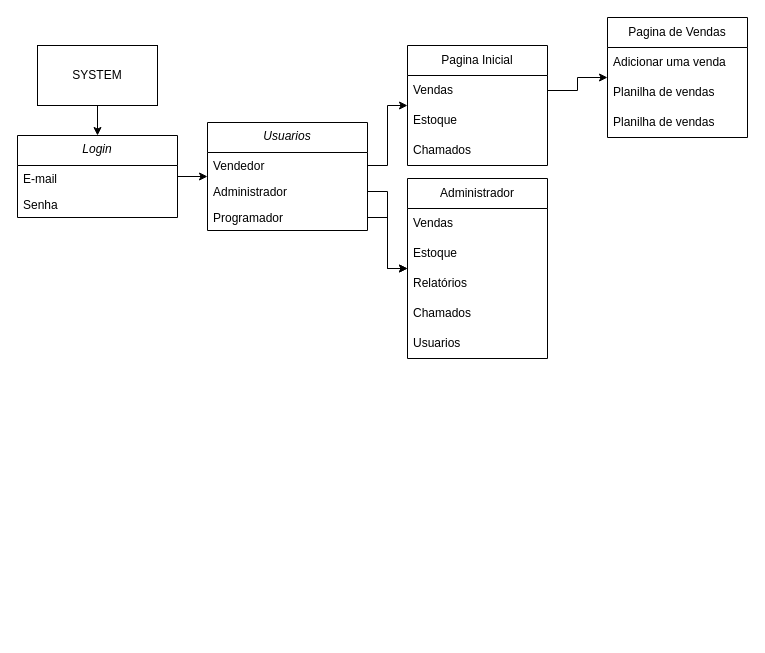
This is Diagrama sem nome.drawio from PedroFanan/Sales_Inventory_Management, a draw.io file, before an edit. Source tidied: cells renumbered, new cells numbered last; positions are measured from the earlier drawing's top-left corner, leaving out a move shared by most shapes. Both pictures are drawn from the tidied source at 100%, with x=0, y=0 at pixel (17, 17).
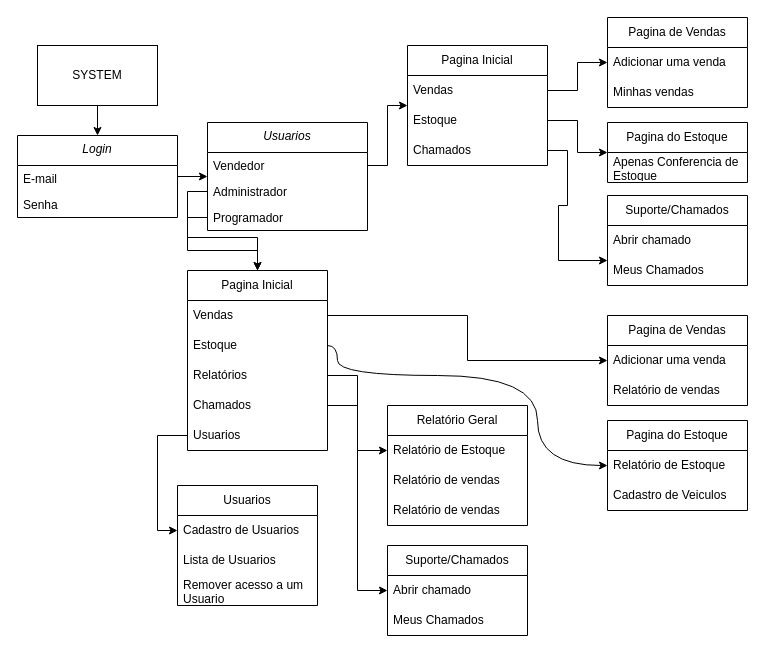
The same page after the edit.

Commit message:
Sistema de Vendas

Unchanged cells that the change refers to:
```xml
<mxCell id="14" value="Estoque" style="text;strokeColor=none;fillColor=none;align=left;verticalAlign=middle;spacingLeft=4;spacingRight=4;overflow=hidden;points=[[0,0.5],[1,0.5]];portConstraint=eastwest;whiteSpace=wrap;html=1;" parent="12" vertex="1">
  <mxGeometry y="60" width="140" height="30" as="geometry" />
</mxCell>
<mxCell id="15" value="Chamados" style="text;strokeColor=none;fillColor=none;align=left;verticalAlign=middle;spacingLeft=4;spacingRight=4;overflow=hidden;points=[[0,0.5],[1,0.5]];portConstraint=eastwest;whiteSpace=wrap;html=1;" parent="12" vertex="1">
  <mxGeometry y="90" width="140" height="30" as="geometry" />
</mxCell>
<mxCell id="18" value="Vendas" style="text;strokeColor=none;fillColor=none;align=left;verticalAlign=middle;spacingLeft=4;spacingRight=4;overflow=hidden;points=[[0,0.5],[1,0.5]];portConstraint=eastwest;whiteSpace=wrap;html=1;" parent="17" vertex="1">
  <mxGeometry y="30" width="140" height="30" as="geometry" />
</mxCell>
<mxCell id="19" value="Estoque" style="text;strokeColor=none;fillColor=none;align=left;verticalAlign=middle;spacingLeft=4;spacingRight=4;overflow=hidden;points=[[0,0.5],[1,0.5]];portConstraint=eastwest;whiteSpace=wrap;html=1;" parent="17" vertex="1">
  <mxGeometry y="60" width="140" height="30" as="geometry" />
</mxCell>
<mxCell id="20" value="Relatórios" style="text;strokeColor=none;fillColor=none;align=left;verticalAlign=middle;spacingLeft=4;spacingRight=4;overflow=hidden;points=[[0,0.5],[1,0.5]];portConstraint=eastwest;whiteSpace=wrap;html=1;" parent="17" vertex="1">
  <mxGeometry y="90" width="140" height="30" as="geometry" />
</mxCell>
<mxCell id="21" value="Chamados" style="text;strokeColor=none;fillColor=none;align=left;verticalAlign=middle;spacingLeft=4;spacingRight=4;overflow=hidden;points=[[0,0.5],[1,0.5]];portConstraint=eastwest;whiteSpace=wrap;html=1;" parent="17" vertex="1">
  <mxGeometry y="120" width="140" height="30" as="geometry" />
</mxCell>
<mxCell id="22" value="Usuarios" style="text;strokeColor=none;fillColor=none;align=left;verticalAlign=middle;spacingLeft=4;spacingRight=4;overflow=hidden;points=[[0,0.5],[1,0.5]];portConstraint=eastwest;whiteSpace=wrap;html=1;" parent="17" vertex="1">
  <mxGeometry y="150" width="140" height="30" as="geometry" />
</mxCell>
```

Change to the diagram source:
```diff
@@
-    <mxCell id="17" value="Administrador" style="swimlane;fontStyle=0;horizontal=1;startSize=30;whiteSpace=wrap;html=1;" parent="1" vertex="1">
-      <mxGeometry x="390" y="161" width="140" height="180" as="geometry" />
+    <mxCell id="17" value="Pagina Inicial" style="swimlane;fontStyle=0;horizontal=1;startSize=30;whiteSpace=wrap;html=1;" parent="1" vertex="1">
+      <mxGeometry x="170" y="253" width="140" height="180" as="geometry" />
     </mxCell>
@@
     <mxCell id="25" value="Pagina de Vendas" style="swimlane;fontStyle=0;horizontal=1;startSize=30;whiteSpace=wrap;html=1;" parent="1" vertex="1">
-      <mxGeometry x="590" width="140" height="120" as="geometry" />
+      <mxGeometry x="590" width="140" height="90" as="geometry" />
     </mxCell>
@@
-    <mxCell id="27" value="Planilha de vendas" style="text;strokeColor=none;fillColor=none;align=left;verticalAlign=middle;spacingLeft=4;spacingRight=4;overflow=hidden;whiteSpace=wrap;html=1;" parent="25" vertex="1">
+    <mxCell id="27" value="Minhas vendas" style="text;strokeColor=none;fillColor=none;align=left;verticalAlign=middle;spacingLeft=4;spacingRight=4;overflow=hidden;whiteSpace=wrap;html=1;" parent="25" vertex="1">
       <mxGeometry y="60" width="140" height="30" as="geometry" />
     </mxCell>
-    <mxCell id="28" value="Planilha de vendas" style="text;strokeColor=none;fillColor=none;align=left;verticalAlign=middle;spacingLeft=4;spacingRight=4;overflow=hidden;whiteSpace=wrap;html=1;" parent="25" vertex="1">
-      <mxGeometry y="90" width="140" height="30" as="geometry" />
-    </mxCell>
@@
+    <mxCell id="30" value="Pagina do Estoque" style="swimlane;fontStyle=0;horizontal=1;startSize=30;whiteSpace=wrap;html=1;" parent="1" vertex="1">
+      <mxGeometry x="590" y="105" width="140" height="60" as="geometry" />
+    </mxCell>
+    <mxCell id="31" value="Apenas Conferencia de Estoque" style="text;strokeColor=none;fillColor=none;align=left;verticalAlign=middle;spacingLeft=4;spacingRight=4;overflow=hidden;whiteSpace=wrap;html=1;" parent="30" vertex="1">
+      <mxGeometry y="30" width="140" height="30" as="geometry" />
+    </mxCell>
+    <mxCell id="32" style="edgeStyle=orthogonalEdgeStyle;rounded=0;jettySize=auto;html=1;" parent="1" edge="1" source="14" target="30">
+      <mxGeometry relative="1" as="geometry" />
+    </mxCell>
+    <mxCell id="33" value="Suporte/Chamados" style="swimlane;fontStyle=0;horizontal=1;startSize=30;whiteSpace=wrap;html=1;" parent="1" vertex="1">
+      <mxGeometry x="590" y="178" width="140" height="90" as="geometry" />
+    </mxCell>
+    <mxCell id="34" value="Abrir chamado" style="text;strokeColor=none;fillColor=none;align=left;verticalAlign=middle;spacingLeft=4;spacingRight=4;overflow=hidden;whiteSpace=wrap;html=1;" parent="33" vertex="1">
+      <mxGeometry y="30" width="140" height="30" as="geometry" />
+    </mxCell>
+    <mxCell id="35" value="Meus Chamados" style="text;strokeColor=none;fillColor=none;align=left;verticalAlign=middle;spacingLeft=4;spacingRight=4;overflow=hidden;whiteSpace=wrap;html=1;" parent="33" vertex="1">
+      <mxGeometry y="60" width="140" height="30" as="geometry" />
+    </mxCell>
+    <mxCell id="36" style="edgeStyle=orthogonalEdgeStyle;rounded=0;jettySize=auto;html=1;" parent="1" edge="1" source="15" target="33">
+      <mxGeometry relative="1" as="geometry">
+        <Array as="points">
+          <mxPoint x="550" y="133" />
+          <mxPoint x="550" y="188" />
+          <mxPoint x="541" y="188" />
+          <mxPoint x="541" y="243" />
+        </Array>
+      </mxGeometry>
+    </mxCell>
+    <mxCell id="37" value="Pagina de Vendas" style="swimlane;fontStyle=0;horizontal=1;startSize=30;whiteSpace=wrap;html=1;" parent="1" vertex="1">
+      <mxGeometry x="590" y="298" width="140" height="90" as="geometry" />
+    </mxCell>
+    <mxCell id="38" value="Adicionar uma venda" style="text;strokeColor=none;fillColor=none;align=left;verticalAlign=middle;spacingLeft=4;spacingRight=4;overflow=hidden;whiteSpace=wrap;html=1;" parent="37" vertex="1">
+      <mxGeometry y="30" width="140" height="30" as="geometry" />
+    </mxCell>
+    <mxCell id="39" value="Relatório de vendas" style="text;strokeColor=none;fillColor=none;align=left;verticalAlign=middle;spacingLeft=4;spacingRight=4;overflow=hidden;whiteSpace=wrap;html=1;" parent="37" vertex="1">
+      <mxGeometry y="60" width="140" height="30" as="geometry" />
+    </mxCell>
+    <mxCell id="40" value="Pagina do Estoque" style="swimlane;fontStyle=0;horizontal=1;startSize=30;whiteSpace=wrap;html=1;" parent="1" vertex="1">
+      <mxGeometry x="590" y="403" width="140" height="90" as="geometry" />
+    </mxCell>
+    <mxCell id="41" value="Relatório de Estoque&lt;br&gt;" style="text;strokeColor=none;fillColor=none;align=left;verticalAlign=middle;spacingLeft=4;spacingRight=4;overflow=hidden;points=[[0,0.5],[1,0.5]];portConstraint=eastwest;whiteSpace=wrap;html=1;" parent="40" vertex="1">
+      <mxGeometry y="30" width="140" height="30" as="geometry" />
+    </mxCell>
+    <mxCell id="42" value="Cadastro de Veiculos" style="text;strokeColor=none;fillColor=none;align=left;verticalAlign=middle;spacingLeft=4;spacingRight=4;overflow=hidden;whiteSpace=wrap;html=1;" parent="40" vertex="1">
+      <mxGeometry y="60" width="140" height="30" as="geometry" />
+    </mxCell>
+    <mxCell id="43" value="Relatório Geral" style="swimlane;fontStyle=0;horizontal=1;startSize=30;whiteSpace=wrap;html=1;" parent="1" vertex="1">
+      <mxGeometry x="370" y="388" width="140" height="120" as="geometry" />
+    </mxCell>
+    <mxCell id="44" value="Relatório de Estoque" style="text;strokeColor=none;fillColor=none;align=left;verticalAlign=middle;spacingLeft=4;spacingRight=4;overflow=hidden;points=[[0,0.5],[1,0.5]];portConstraint=eastwest;whiteSpace=wrap;html=1;" parent="43" vertex="1">
+      <mxGeometry y="30" width="140" height="30" as="geometry" />
+    </mxCell>
+    <mxCell id="45" value="Relatório de vendas" style="text;strokeColor=none;fillColor=none;align=left;verticalAlign=middle;spacingLeft=4;spacingRight=4;overflow=hidden;whiteSpace=wrap;html=1;" parent="43" vertex="1">
+      <mxGeometry y="60" width="140" height="30" as="geometry" />
+    </mxCell>
+    <mxCell id="46" value="Relatório de vendas" style="text;strokeColor=none;fillColor=none;align=left;verticalAlign=middle;spacingLeft=4;spacingRight=4;overflow=hidden;whiteSpace=wrap;html=1;" parent="43" vertex="1">
+      <mxGeometry y="90" width="140" height="30" as="geometry" />
+    </mxCell>
+    <mxCell id="47" style="edgeStyle=orthogonalEdgeStyle;rounded=0;jettySize=auto;html=1;" parent="1" edge="1" source="18" target="37">
+      <mxGeometry relative="1" as="geometry" />
+    </mxCell>
+    <mxCell id="48" style="edgeStyle=orthogonalEdgeStyle;rounded=0;jettySize=auto;html=1;entryX=0;entryY=0.5;entryDx=0;entryDy=0;curved=1;" parent="1" edge="1" source="19" target="41">
+      <mxGeometry relative="1" as="geometry">
+        <Array as="points">
+          <mxPoint x="320" y="328" />
+          <mxPoint x="320" y="358" />
+          <mxPoint x="520" y="358" />
+          <mxPoint x="520" y="448" />
+        </Array>
+      </mxGeometry>
+    </mxCell>
+    <mxCell id="49" value="Suporte/Chamados" style="swimlane;fontStyle=0;horizontal=1;startSize=30;whiteSpace=wrap;html=1;" parent="1" vertex="1">
+      <mxGeometry x="370" y="528" width="140" height="90" as="geometry" />
+    </mxCell>
+    <mxCell id="50" value="Abrir chamado" style="text;strokeColor=none;fillColor=none;align=left;verticalAlign=middle;spacingLeft=4;spacingRight=4;overflow=hidden;points=[[0,0.5],[1,0.5]];portConstraint=eastwest;whiteSpace=wrap;html=1;" parent="49" vertex="1">
+      <mxGeometry y="30" width="140" height="30" as="geometry" />
+    </mxCell>
+    <mxCell id="51" value="Meus Chamados" style="text;strokeColor=none;fillColor=none;align=left;verticalAlign=middle;spacingLeft=4;spacingRight=4;overflow=hidden;whiteSpace=wrap;html=1;" parent="49" vertex="1">
+      <mxGeometry y="60" width="140" height="30" as="geometry" />
+    </mxCell>
+    <mxCell id="52" style="edgeStyle=orthogonalEdgeStyle;rounded=0;jettySize=auto;html=1;entryX=0;entryY=0.5;entryDx=0;entryDy=0;" parent="1" edge="1" source="20" target="44">
+      <mxGeometry relative="1" as="geometry" />
+    </mxCell>
+    <mxCell id="53" style="edgeStyle=orthogonalEdgeStyle;rounded=0;jettySize=auto;html=1;entryX=0;entryY=0.5;entryDx=0;entryDy=0;" parent="1" edge="1" source="21" target="50">
+      <mxGeometry relative="1" as="geometry" />
+    </mxCell>
+    <mxCell id="54" value="Usuarios" style="swimlane;fontStyle=0;horizontal=1;startSize=30;whiteSpace=wrap;html=1;" parent="1" vertex="1">
+      <mxGeometry x="160" y="468" width="140" height="120" as="geometry" />
+    </mxCell>
+    <mxCell id="55" value="Cadastro de Usuarios" style="text;strokeColor=none;fillColor=none;align=left;verticalAlign=middle;spacingLeft=4;spacingRight=4;overflow=hidden;points=[[0,0.5],[1,0.5]];portConstraint=eastwest;whiteSpace=wrap;html=1;" parent="54" vertex="1">
+      <mxGeometry y="30" width="140" height="30" as="geometry" />
+    </mxCell>
+    <mxCell id="56" value="Lista de Usuarios" style="text;strokeColor=none;fillColor=none;align=left;verticalAlign=middle;spacingLeft=4;spacingRight=4;overflow=hidden;whiteSpace=wrap;html=1;" parent="54" vertex="1">
+      <mxGeometry y="60" width="140" height="30" as="geometry" />
+    </mxCell>
+    <mxCell id="57" value="Remover acesso a um Usuario" style="text;strokeColor=none;fillColor=none;align=left;verticalAlign=middle;spacingLeft=4;spacingRight=4;overflow=hidden;whiteSpace=wrap;html=1;" parent="54" vertex="1">
+      <mxGeometry y="90" width="140" height="30" as="geometry" />
+    </mxCell>
+    <mxCell id="58" style="edgeStyle=orthogonalEdgeStyle;rounded=0;jettySize=auto;html=1;entryX=0;entryY=0.5;entryDx=0;entryDy=0;" parent="1" edge="1" source="22" target="55">
+      <mxGeometry relative="1" as="geometry" />
+    </mxCell>
```
